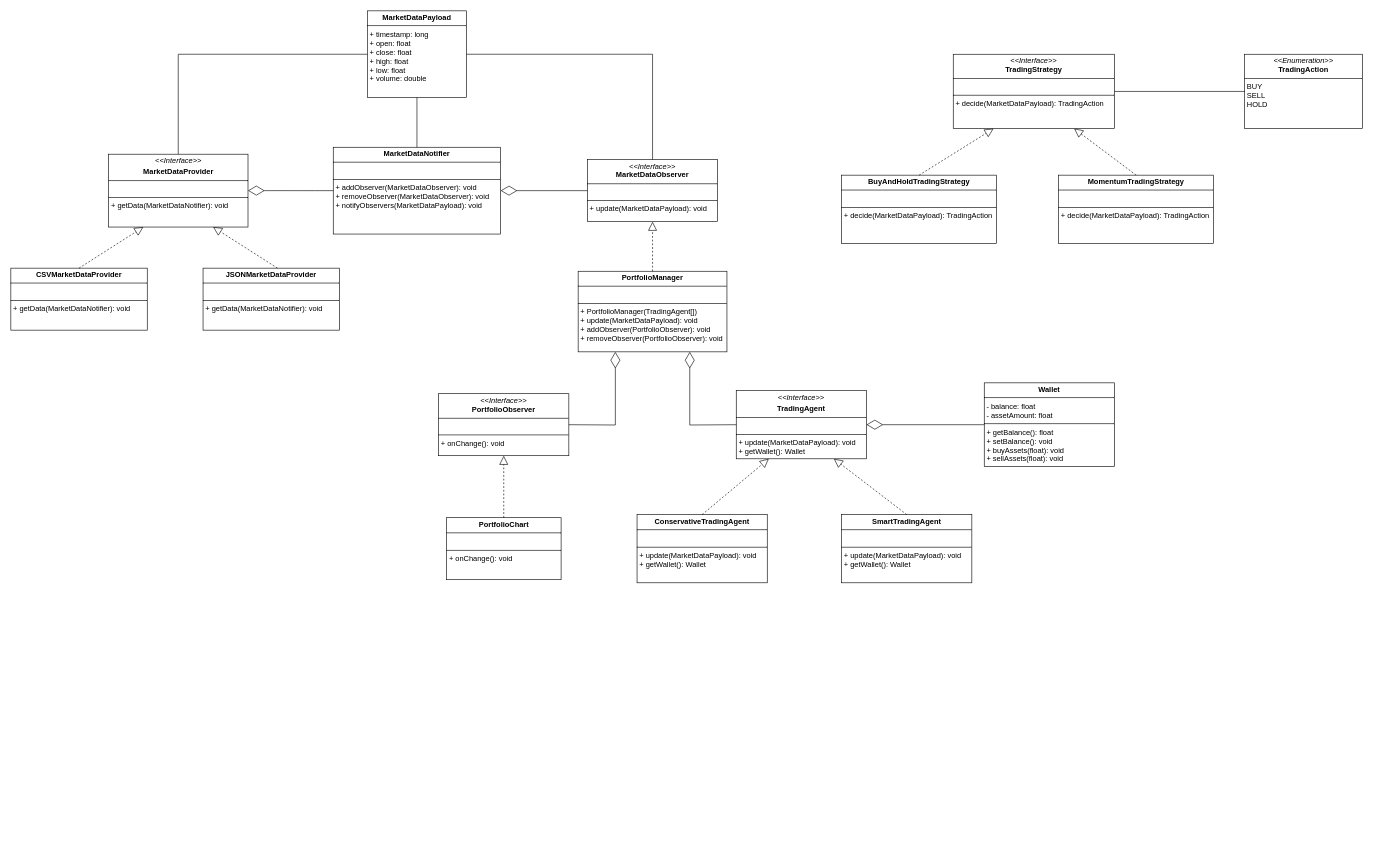
Before: assets/uml.drawio in Filipeak/mini-hedge-fund, a draw.io diagram. Source tidied: cells renumbered, new cells numbered last; positions are measured from the earlier drawing's top-left corner, leaving out a move shared by most shapes. Both pictures are drawn from the tidied source at 62%, with x=0, y=0 at pixel (11, 11).
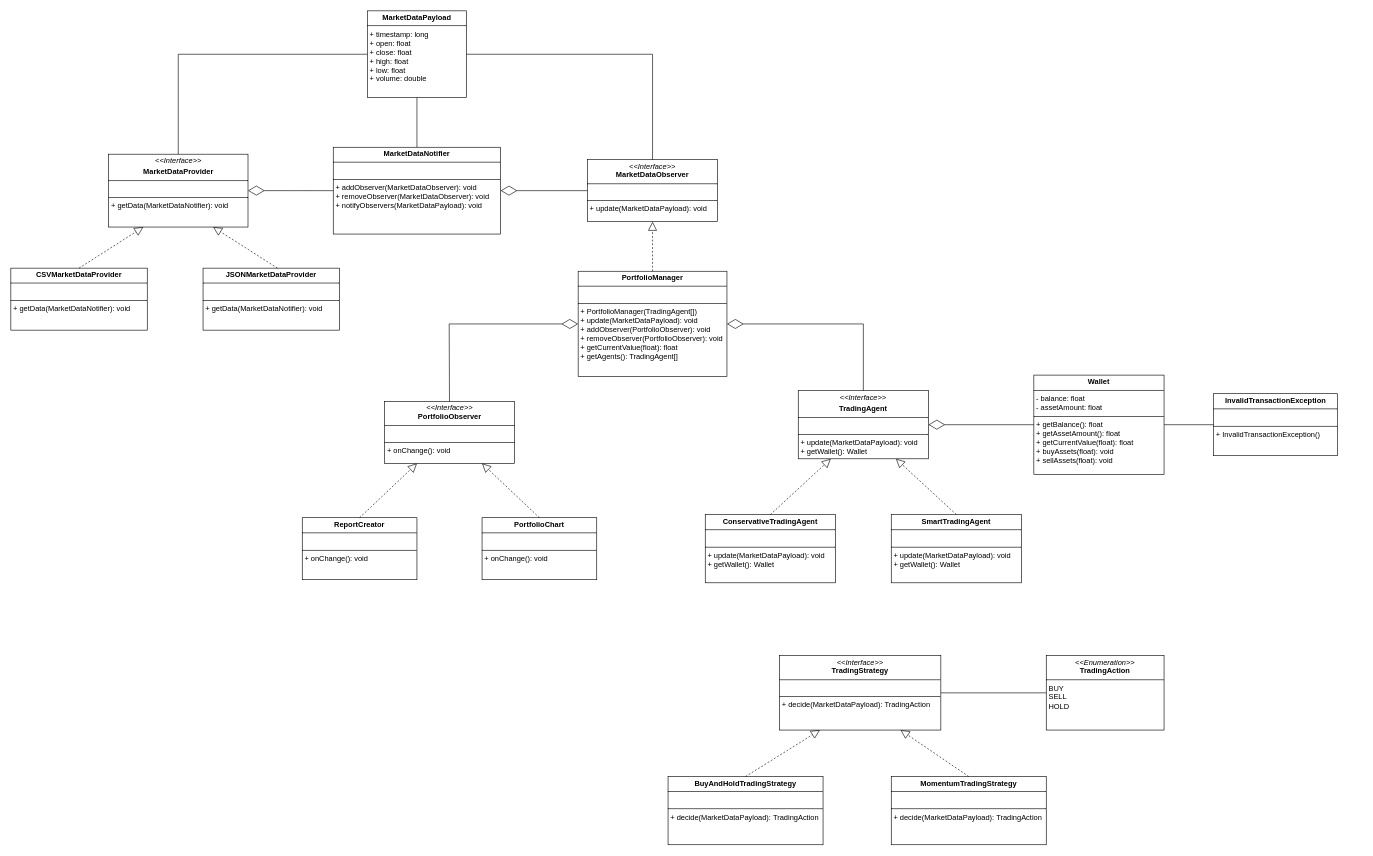
The same page after the edit.

Diff of the diagram source:
```diff
@@
     <mxCell id="5" value="&lt;p style=&quot;margin:0px;margin-top:4px;text-align:center;&quot;&gt;&lt;i style=&quot;&quot;&gt;&amp;lt;&amp;lt;Interface&amp;gt;&amp;gt;&lt;/i&gt;&lt;/p&gt;&lt;p style=&quot;margin:0px;margin-top:4px;text-align:center;&quot;&gt;&lt;b style=&quot;&quot;&gt;TradingAgent&lt;/b&gt;&lt;/p&gt;&lt;hr size=&quot;1&quot; style=&quot;border-style:solid;&quot;&gt;&lt;p style=&quot;margin:0px;margin-left:4px;&quot;&gt;&lt;br&gt;&lt;/p&gt;&lt;hr size=&quot;1&quot; style=&quot;border-style:solid;&quot;&gt;&lt;p style=&quot;margin:0px;margin-left:4px;&quot;&gt;+ update(MarketDataPayload): void&lt;/p&gt;&lt;p style=&quot;margin:0px;margin-left:4px;&quot;&gt;+ getWallet(): Wallet&lt;/p&gt;&lt;p style=&quot;margin:0px;margin-left:4px;&quot;&gt;&lt;br&gt;&lt;/p&gt;" style="verticalAlign=top;align=left;overflow=fill;html=1;whiteSpace=wrap;" parent="1" vertex="1">
-      <mxGeometry x="1170" y="612.5" width="210" height="110" as="geometry" />
+      <mxGeometry x="1270" y="612.5" width="210" height="110" as="geometry" />
     </mxCell>
     <mxCell id="6" value="&lt;p style=&quot;margin:0px;margin-top:4px;text-align:center;&quot;&gt;&lt;b&gt;ConservativeTradingAgent&lt;/b&gt;&lt;/p&gt;&lt;hr size=&quot;1&quot; style=&quot;border-style:solid;&quot;&gt;&lt;p style=&quot;margin:0px;margin-left:4px;&quot;&gt;&lt;br&gt;&lt;/p&gt;&lt;hr size=&quot;1&quot; style=&quot;border-style:solid;&quot;&gt;&lt;p style=&quot;margin: 0px 0px 0px 4px;&quot;&gt;+ update(MarketDataPayload): void&lt;/p&gt;&lt;p style=&quot;margin: 0px 0px 0px 4px;&quot;&gt;+&amp;nbsp;getWallet(): Wallet&lt;/p&gt;&lt;p style=&quot;margin:0px;margin-left:4px;&quot;&gt;&lt;br&gt;&lt;/p&gt;" style="verticalAlign=top;align=left;overflow=fill;html=1;whiteSpace=wrap;" parent="1" vertex="1">
-      <mxGeometry x="1010" y="812.5" width="210" height="110" as="geometry" />
+      <mxGeometry x="1120" y="812.5" width="210" height="110" as="geometry" />
     </mxCell>
     <mxCell id="7" value="&lt;p style=&quot;margin:0px;margin-top:4px;text-align:center;&quot;&gt;&lt;b&gt;SmartTradingAgent&lt;/b&gt;&lt;/p&gt;&lt;hr size=&quot;1&quot; style=&quot;border-style:solid;&quot;&gt;&lt;p style=&quot;margin:0px;margin-left:4px;&quot;&gt;&lt;br&gt;&lt;/p&gt;&lt;hr size=&quot;1&quot; style=&quot;border-style:solid;&quot;&gt;&lt;p style=&quot;margin: 0px 0px 0px 4px;&quot;&gt;+ update(MarketDataPayload): void&lt;/p&gt;&lt;p style=&quot;margin: 0px 0px 0px 4px;&quot;&gt;+&amp;nbsp;getWallet(): Wallet&lt;/p&gt;" style="verticalAlign=top;align=left;overflow=fill;html=1;whiteSpace=wrap;" parent="1" vertex="1">
-      <mxGeometry x="1340" y="812.5" width="210" height="110" as="geometry" />
+      <mxGeometry x="1420" y="812.5" width="210" height="110" as="geometry" />
     </mxCell>
     <mxCell id="8" value="&lt;p style=&quot;margin:0px;margin-top:4px;text-align:center;&quot;&gt;&lt;i&gt;&amp;lt;&amp;lt;Interface&amp;gt;&amp;gt;&lt;/i&gt;&lt;br&gt;&lt;b&gt;TradingStrategy&lt;/b&gt;&lt;/p&gt;&lt;hr size=&quot;1&quot; style=&quot;border-style:solid;&quot;&gt;&lt;p style=&quot;margin:0px;margin-left:4px;&quot;&gt;&lt;br&gt;&lt;/p&gt;&lt;hr size=&quot;1&quot; style=&quot;border-style:solid;&quot;&gt;&lt;p style=&quot;margin:0px;margin-left:4px;&quot;&gt;+ decide(MarketDataPayload): TradingAction&lt;br&gt;&lt;/p&gt;" style="verticalAlign=top;align=left;overflow=fill;html=1;whiteSpace=wrap;" parent="1" vertex="1">
-      <mxGeometry x="1520" y="70" width="260" height="120" as="geometry" />
+      <mxGeometry x="1240" y="1040" width="260" height="120" as="geometry" />
     </mxCell>
     <mxCell id="9" value="&lt;p style=&quot;margin:0px;margin-top:4px;text-align:center;&quot;&gt;&lt;i&gt;&amp;lt;&amp;lt;Enumeration&amp;gt;&amp;gt;&lt;/i&gt;&lt;br&gt;&lt;b&gt;TradingAction&lt;/b&gt;&lt;/p&gt;&lt;hr size=&quot;1&quot; style=&quot;border-style:solid;&quot;&gt;&lt;p style=&quot;margin:0px;margin-left:4px;&quot;&gt;BUY&lt;/p&gt;&lt;p style=&quot;margin:0px;margin-left:4px;&quot;&gt;SELL&lt;/p&gt;&lt;p style=&quot;margin:0px;margin-left:4px;&quot;&gt;HOLD&lt;/p&gt;" style="verticalAlign=top;align=left;overflow=fill;html=1;whiteSpace=wrap;" parent="1" vertex="1">
-      <mxGeometry x="1990" y="70" width="190" height="120" as="geometry" />
+      <mxGeometry x="1670" y="1040" width="190" height="120" as="geometry" />
     </mxCell>
@@
     <mxCell id="11" value="&lt;p style=&quot;margin:0px;margin-top:4px;text-align:center;&quot;&gt;&lt;b&gt;BuyAndHoldTradingStrategy&lt;/b&gt;&lt;/p&gt;&lt;hr size=&quot;1&quot; style=&quot;border-style:solid;&quot;&gt;&lt;p style=&quot;margin:0px;margin-left:4px;&quot;&gt;&lt;br&gt;&lt;/p&gt;&lt;hr size=&quot;1&quot; style=&quot;border-style:solid;&quot;&gt;&lt;p style=&quot;margin:0px;margin-left:4px;&quot;&gt;+ decide(MarketDataPayload):&amp;nbsp;&lt;span style=&quot;background-color: transparent; color: light-dark(rgb(0, 0, 0), rgb(255, 255, 255));&quot;&gt;TradingAction&lt;/span&gt;&lt;br&gt;&lt;/p&gt;&lt;p style=&quot;margin:0px;margin-left:4px;&quot;&gt;&lt;br&gt;&lt;/p&gt;" style="verticalAlign=top;align=left;overflow=fill;html=1;whiteSpace=wrap;" parent="1" vertex="1">
-      <mxGeometry x="1340" y="265" width="250" height="110" as="geometry" />
+      <mxGeometry x="1060" y="1235" width="250" height="110" as="geometry" />
     </mxCell>
     <mxCell id="12" value="&lt;p style=&quot;margin:0px;margin-top:4px;text-align:center;&quot;&gt;&lt;b&gt;MomentumTradingStrategy&lt;/b&gt;&lt;/p&gt;&lt;hr size=&quot;1&quot; style=&quot;border-style:solid;&quot;&gt;&lt;p style=&quot;margin:0px;margin-left:4px;&quot;&gt;&lt;br&gt;&lt;/p&gt;&lt;hr size=&quot;1&quot; style=&quot;border-style:solid;&quot;&gt;&lt;p style=&quot;margin:0px;margin-left:4px;&quot;&gt;+ decide(MarketDataPayload):&amp;nbsp;&lt;span style=&quot;background-color: transparent; color: light-dark(rgb(0, 0, 0), rgb(255, 255, 255));&quot;&gt;TradingAction&lt;/span&gt;&lt;br&gt;&lt;/p&gt;&lt;p style=&quot;margin:0px;margin-left:4px;&quot;&gt;&lt;br&gt;&lt;/p&gt;" style="verticalAlign=top;align=left;overflow=fill;html=1;whiteSpace=wrap;" parent="1" vertex="1">
-      <mxGeometry x="1690" y="265" width="250" height="110" as="geometry" />
+      <mxGeometry x="1420" y="1235" width="250" height="110" as="geometry" />
     </mxCell>
@@
-    <mxCell id="25" value="&lt;p style=&quot;margin:0px;margin-top:4px;text-align:center;&quot;&gt;&lt;b&gt;Wallet&lt;/b&gt;&lt;/p&gt;&lt;hr size=&quot;1&quot; style=&quot;border-style:solid;&quot;&gt;&lt;p style=&quot;margin:0px;margin-left:4px;&quot;&gt;- balance: float&lt;/p&gt;&lt;p style=&quot;margin:0px;margin-left:4px;&quot;&gt;- assetAmount: float&lt;/p&gt;&lt;hr size=&quot;1&quot; style=&quot;border-style:solid;&quot;&gt;&lt;p style=&quot;margin:0px;margin-left:4px;&quot;&gt;&lt;span style=&quot;background-color: transparent; color: light-dark(rgb(0, 0, 0), rgb(255, 255, 255));&quot;&gt;+ getBalance(): float&lt;/span&gt;&lt;/p&gt;&lt;p style=&quot;margin:0px;margin-left:4px;&quot;&gt;&lt;span style=&quot;background-color: transparent; color: light-dark(rgb(0, 0, 0), rgb(255, 255, 255));&quot;&gt;+ setBalance(): void&lt;/span&gt;&lt;/p&gt;&lt;p style=&quot;margin:0px;margin-left:4px;&quot;&gt;&lt;span style=&quot;background-color: transparent; color: light-dark(rgb(0, 0, 0), rgb(255, 255, 255));&quot;&gt;+ buyAssets(float): void&lt;/span&gt;&lt;/p&gt;&lt;p style=&quot;margin:0px;margin-left:4px;&quot;&gt;&lt;span style=&quot;background-color: transparent; color: light-dark(rgb(0, 0, 0), rgb(255, 255, 255));&quot;&gt;+ sellAssets(float): void&lt;/span&gt;&lt;/p&gt;" style="verticalAlign=top;align=left;overflow=fill;html=1;whiteSpace=wrap;" parent="1" vertex="1">
-      <mxGeometry x="1570" y="600" width="210" height="135" as="geometry" />
+    <mxCell id="25" value="&lt;p style=&quot;margin:0px;margin-top:4px;text-align:center;&quot;&gt;&lt;b&gt;Wallet&lt;/b&gt;&lt;/p&gt;&lt;hr size=&quot;1&quot; style=&quot;border-style:solid;&quot;&gt;&lt;p style=&quot;margin:0px;margin-left:4px;&quot;&gt;- balance: float&lt;/p&gt;&lt;p style=&quot;margin:0px;margin-left:4px;&quot;&gt;- assetAmount: float&lt;/p&gt;&lt;hr size=&quot;1&quot; style=&quot;border-style:solid;&quot;&gt;&lt;p style=&quot;margin:0px;margin-left:4px;&quot;&gt;&lt;span style=&quot;background-color: transparent; color: light-dark(rgb(0, 0, 0), rgb(255, 255, 255));&quot;&gt;+ getBalance(): float&lt;/span&gt;&lt;/p&gt;&lt;p style=&quot;margin:0px;margin-left:4px;&quot;&gt;&lt;span style=&quot;background-color: transparent; color: light-dark(rgb(0, 0, 0), rgb(255, 255, 255));&quot;&gt;+ getAssetAmount(): float&lt;/span&gt;&lt;/p&gt;&lt;p style=&quot;margin:0px;margin-left:4px;&quot;&gt;&lt;span style=&quot;background-color: transparent; color: light-dark(rgb(0, 0, 0), rgb(255, 255, 255));&quot;&gt;+ getCurrentValue(float): float&lt;/span&gt;&lt;/p&gt;&lt;p style=&quot;margin:0px;margin-left:4px;&quot;&gt;&lt;span style=&quot;background-color: transparent; color: light-dark(rgb(0, 0, 0), rgb(255, 255, 255));&quot;&gt;+ buyAssets(float): void&lt;/span&gt;&lt;/p&gt;&lt;p style=&quot;margin:0px;margin-left:4px;&quot;&gt;&lt;span style=&quot;background-color: transparent; color: light-dark(rgb(0, 0, 0), rgb(255, 255, 255));&quot;&gt;+ sellAssets(float): void&lt;/span&gt;&lt;/p&gt;" style="verticalAlign=top;align=left;overflow=fill;html=1;whiteSpace=wrap;" parent="1" vertex="1">
+      <mxGeometry x="1650" y="587.5" width="210" height="160" as="geometry" />
     </mxCell>
@@
-    <mxCell id="28" value="&lt;p style=&quot;margin:0px;margin-top:4px;text-align:center;&quot;&gt;&lt;b style=&quot;&quot;&gt;PortfolioManager&lt;/b&gt;&lt;/p&gt;&lt;hr size=&quot;1&quot; style=&quot;border-style:solid;&quot;&gt;&lt;p style=&quot;margin:0px;margin-left:4px;&quot;&gt;&lt;br&gt;&lt;/p&gt;&lt;hr size=&quot;1&quot; style=&quot;border-style:solid;&quot;&gt;&lt;p style=&quot;margin:0px;margin-left:4px;&quot;&gt;+ PortfolioManager(TradingAgent[])&lt;/p&gt;&lt;p style=&quot;margin:0px;margin-left:4px;&quot;&gt;+ update(MarketDataPayload): void&lt;br&gt;&lt;/p&gt;&lt;p style=&quot;margin:0px;margin-left:4px;&quot;&gt;+ addObserver(PortfolioObserver): void&lt;/p&gt;&lt;p style=&quot;margin:0px;margin-left:4px;&quot;&gt;+ removeObserver(PortfolioObserver): void&lt;/p&gt;" style="verticalAlign=top;align=left;overflow=fill;html=1;whiteSpace=wrap;" parent="1" vertex="1">
-      <mxGeometry x="915" y="420" width="240" height="130" as="geometry" />
+    <mxCell id="28" value="&lt;p style=&quot;margin:0px;margin-top:4px;text-align:center;&quot;&gt;&lt;b style=&quot;&quot;&gt;PortfolioManager&lt;/b&gt;&lt;/p&gt;&lt;hr size=&quot;1&quot; style=&quot;border-style:solid;&quot;&gt;&lt;p style=&quot;margin:0px;margin-left:4px;&quot;&gt;&lt;br&gt;&lt;/p&gt;&lt;hr size=&quot;1&quot; style=&quot;border-style:solid;&quot;&gt;&lt;p style=&quot;margin:0px;margin-left:4px;&quot;&gt;+ PortfolioManager(TradingAgent[])&lt;/p&gt;&lt;p style=&quot;margin:0px;margin-left:4px;&quot;&gt;+ update(MarketDataPayload): void&lt;br&gt;&lt;/p&gt;&lt;p style=&quot;margin:0px;margin-left:4px;&quot;&gt;+ addObserver(PortfolioObserver): void&lt;/p&gt;&lt;p style=&quot;margin:0px;margin-left:4px;&quot;&gt;+ removeObserver(PortfolioObserver): void&lt;/p&gt;&lt;p style=&quot;margin:0px;margin-left:4px;&quot;&gt;+ getCurrentValue(float): float&lt;/p&gt;&lt;p style=&quot;margin:0px;margin-left:4px;&quot;&gt;+ getAgents(): TradingAgent[]&lt;/p&gt;" style="verticalAlign=top;align=left;overflow=fill;html=1;whiteSpace=wrap;" parent="1" vertex="1">
+      <mxGeometry x="915" y="420" width="240" height="170" as="geometry" />
     </mxCell>
@@
     <mxCell id="31" value="&lt;p style=&quot;margin:0px;margin-top:4px;text-align:center;&quot;&gt;&lt;i&gt;&amp;lt;&amp;lt;Interface&amp;gt;&amp;gt;&lt;/i&gt;&lt;br&gt;&lt;b&gt;PortfolioObserver&lt;/b&gt;&lt;/p&gt;&lt;hr size=&quot;1&quot; style=&quot;border-style:solid;&quot;&gt;&lt;p style=&quot;margin:0px;margin-left:4px;&quot;&gt;&lt;br&gt;&lt;/p&gt;&lt;hr size=&quot;1&quot; style=&quot;border-style:solid;&quot;&gt;&lt;p style=&quot;margin:0px;margin-left:4px;&quot;&gt;+ onChange(): void&lt;br&gt;&lt;/p&gt;" style="verticalAlign=top;align=left;overflow=fill;html=1;whiteSpace=wrap;" parent="1" vertex="1">
-      <mxGeometry x="690" y="617.5" width="210" height="100" as="geometry" />
+      <mxGeometry x="602.5" y="630" width="210" height="100" as="geometry" />
     </mxCell>
-    <mxCell id="32" style="endArrow=diamondThin;endFill=0;endSize=24;html=1;rounded=0;entryX=0.25;entryY=1;entryDx=0;entryDy=0;exitX=1;exitY=0.5;exitDx=0;exitDy=0;" parent="1" edge="1" source="31" target="28">
-      <mxGeometry relative="1" as="geometry">
-        <Array as="points">
-          <mxPoint x="975" y="668" />
-        </Array>
-      </mxGeometry>
-    </mxCell>
-    <mxCell id="33" style="endArrow=diamondThin;endFill=0;endSize=24;html=1;rounded=0;entryX=0.75;entryY=1;entryDx=0;entryDy=0;exitX=0;exitY=0.5;exitDx=0;exitDy=0;" parent="1" edge="1" source="5" target="28">
+    <mxCell id="33" style="endArrow=diamondThin;endFill=0;endSize=24;html=1;rounded=0;entryX=1;entryY=0.5;entryDx=0;entryDy=0;exitX=0.5;exitY=0;exitDx=0;exitDy=0;" parent="1" edge="1" source="5" target="28">
       <mxGeometry relative="1" as="geometry">
         <Array as="points">
-          <mxPoint x="1095" y="668" />
+          <mxPoint x="1375" y="505" />
         </Array>
       </mxGeometry>
     </mxCell>
     <mxCell id="34" value="&lt;p style=&quot;margin:0px;margin-top:4px;text-align:center;&quot;&gt;&lt;b&gt;PortfolioChart&lt;/b&gt;&lt;/p&gt;&lt;hr size=&quot;1&quot; style=&quot;border-style:solid;&quot;&gt;&lt;p style=&quot;margin:0px;margin-left:4px;&quot;&gt;&lt;br&gt;&lt;/p&gt;&lt;hr size=&quot;1&quot; style=&quot;border-style:solid;&quot;&gt;&lt;p style=&quot;margin:0px;margin-left:4px;&quot;&gt;+ onChange(): void&lt;/p&gt;" style="verticalAlign=top;align=left;overflow=fill;html=1;whiteSpace=wrap;" parent="1" vertex="1">
-      <mxGeometry x="702.5" y="817.5" width="185" height="100" as="geometry" />
+      <mxGeometry x="760" y="817.5" width="185" height="100" as="geometry" />
     </mxCell>
-    <mxCell id="35" style="endArrow=block;dashed=1;endFill=0;endSize=12;html=1;rounded=0;exitX=0.5;exitY=0;exitDx=0;exitDy=0;entryX=0.5;entryY=1;entryDx=0;entryDy=0;" parent="1" edge="1" source="34" target="31">
+    <mxCell id="35" style="endArrow=block;dashed=1;endFill=0;endSize=12;html=1;rounded=0;exitX=0.5;exitY=0;exitDx=0;exitDy=0;entryX=0.75;entryY=1;entryDx=0;entryDy=0;" parent="1" edge="1" source="34" target="31">
       <mxGeometry relative="1" as="geometry" />
     </mxCell>
+    <mxCell id="36" value="&lt;p style=&quot;margin:0px;margin-top:4px;text-align:center;&quot;&gt;&lt;b&gt;InvalidTransactionException&lt;/b&gt;&lt;/p&gt;&lt;hr size=&quot;1&quot; style=&quot;border-style:solid;&quot;&gt;&lt;p style=&quot;margin:0px;margin-left:4px;&quot;&gt;&lt;br&gt;&lt;/p&gt;&lt;hr size=&quot;1&quot; style=&quot;border-style:solid;&quot;&gt;&lt;p style=&quot;margin:0px;margin-left:4px;&quot;&gt;&lt;span style=&quot;background-color: transparent; color: light-dark(rgb(0, 0, 0), rgb(255, 255, 255));&quot;&gt;+ InvalidTransactionException()&lt;/span&gt;&lt;/p&gt;" style="verticalAlign=top;align=left;overflow=fill;html=1;whiteSpace=wrap;" parent="1" vertex="1">
+      <mxGeometry x="1940" y="617.5" width="200" height="100" as="geometry" />
+    </mxCell>
+    <mxCell id="37" style="endArrow=none;html=1;rounded=0;exitX=1;exitY=0.5;exitDx=0;exitDy=0;entryX=0;entryY=0.5;entryDx=0;entryDy=0;" parent="1" edge="1" source="25" target="36">
+      <mxGeometry relative="1" as="geometry" />
+    </mxCell>
+    <mxCell id="38" value="&lt;p style=&quot;margin:0px;margin-top:4px;text-align:center;&quot;&gt;&lt;b&gt;ReportCreator&lt;/b&gt;&lt;/p&gt;&lt;hr size=&quot;1&quot; style=&quot;border-style:solid;&quot;&gt;&lt;p style=&quot;margin:0px;margin-left:4px;&quot;&gt;&lt;br&gt;&lt;/p&gt;&lt;hr size=&quot;1&quot; style=&quot;border-style:solid;&quot;&gt;&lt;p style=&quot;margin:0px;margin-left:4px;&quot;&gt;+ onChange(): void&lt;/p&gt;" style="verticalAlign=top;align=left;overflow=fill;html=1;whiteSpace=wrap;" parent="1" vertex="1">
+      <mxGeometry x="470" y="817.5" width="185" height="100" as="geometry" />
+    </mxCell>
+    <mxCell id="39" style="endArrow=block;dashed=1;endFill=0;endSize=12;html=1;rounded=0;exitX=0.5;exitY=0;exitDx=0;exitDy=0;entryX=0.25;entryY=1;entryDx=0;entryDy=0;" parent="1" edge="1" source="38" target="31">
+      <mxGeometry relative="1" as="geometry" />
+    </mxCell>
+    <mxCell id="32" style="endArrow=diamondThin;endFill=0;endSize=24;html=1;rounded=0;entryX=0;entryY=0.5;entryDx=0;entryDy=0;exitX=0.5;exitY=0;exitDx=0;exitDy=0;" parent="1" edge="1" source="31" target="28">
+      <mxGeometry relative="1" as="geometry">
+        <Array as="points">
+          <mxPoint x="707" y="505" />
+        </Array>
+      </mxGeometry>
+    </mxCell>
```
